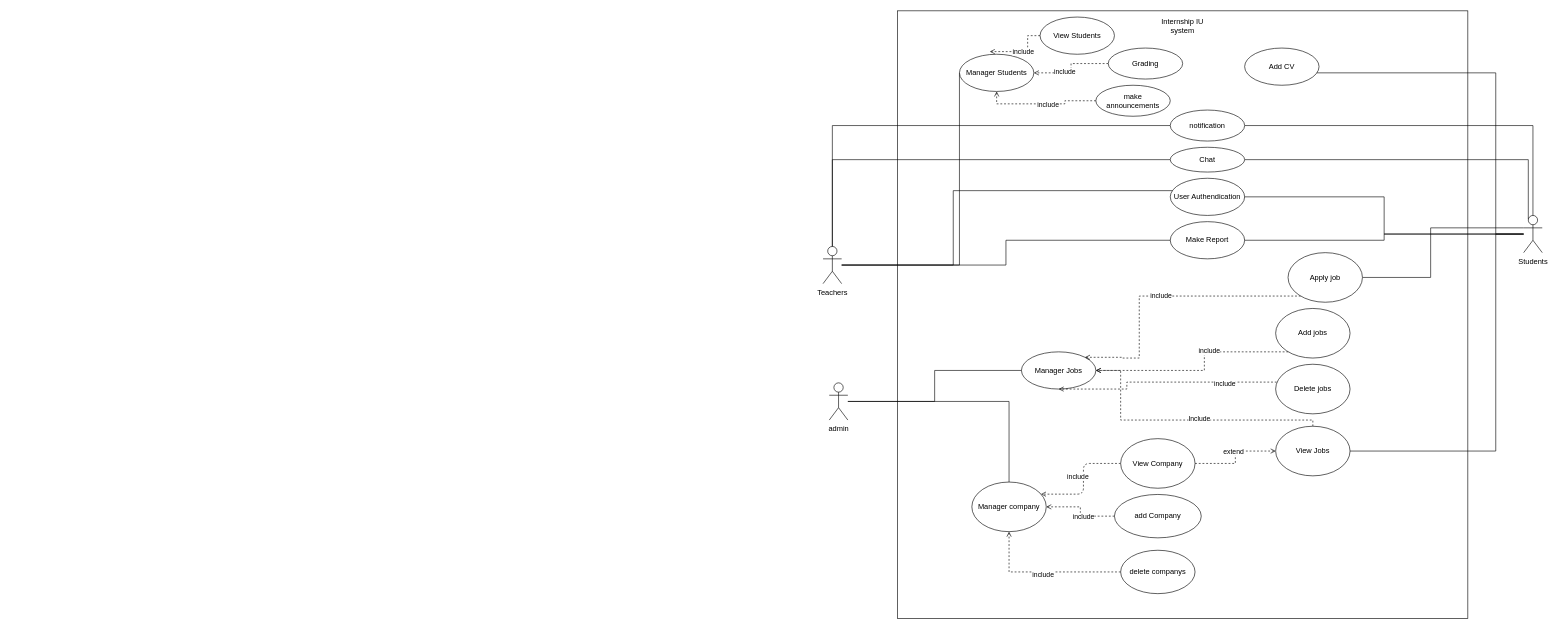
Before: InternshipIUdiagram.drawio in hainamtr317/InternshipIU, a draw.io diagram. Source tidied: cells renumbered, new cells numbered last; positions are measured from the earlier drawing's top-left corner, leaving out a move shared by most shapes. Both pictures are drawn from the tidied source at 62%, with x=0, y=0 at pixel (823, 11).
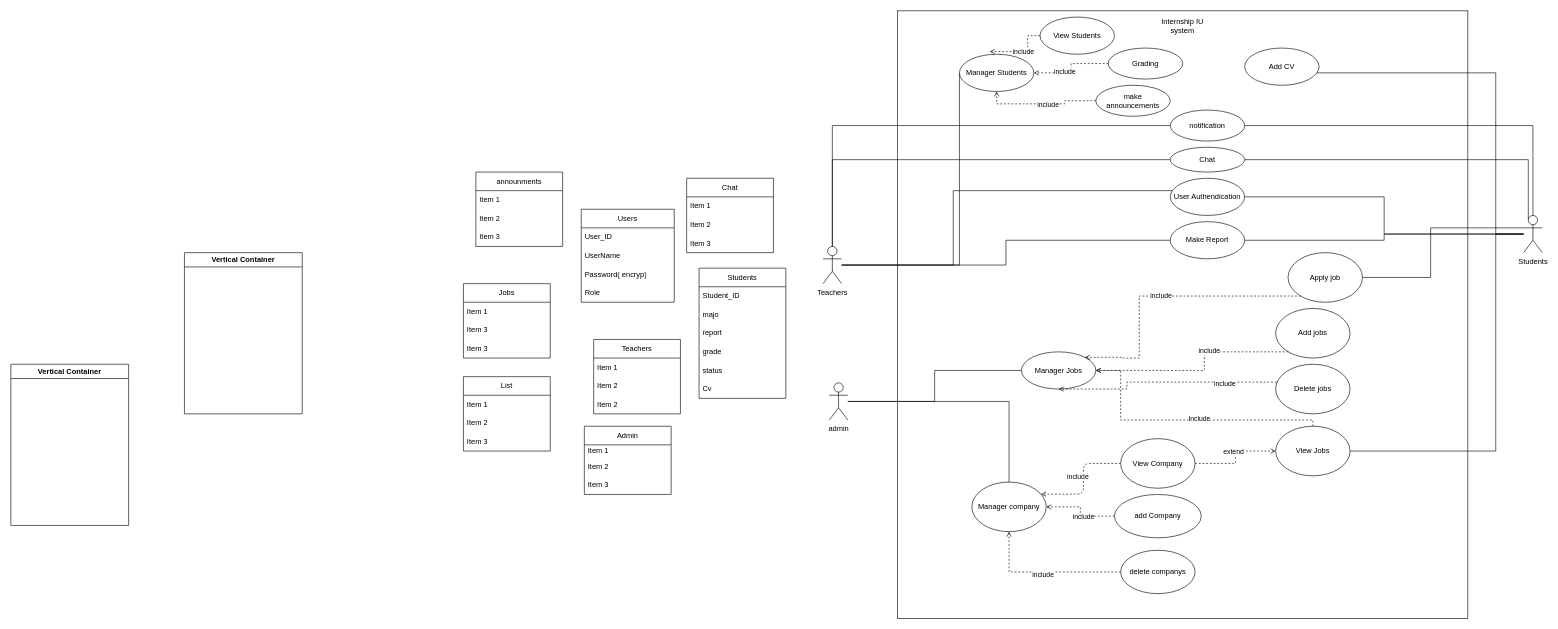
The same page after the edit.

What changed in the source:
```diff
@@
+    <mxCell id="59" value="Vertical Container" style="swimlane;whiteSpace=wrap;html=1;" parent="1" vertex="1">
+      <mxGeometry x="-1310" y="570" width="190" height="260" as="geometry" />
+    </mxCell>
+    <mxCell id="60" value="Vertical Container" style="swimlane;whiteSpace=wrap;html=1;" parent="1" vertex="1">
+      <mxGeometry x="-1030" y="390" width="190" height="260" as="geometry" />
+    </mxCell>
+    <mxCell id="61" value="Users" style="swimlane;fontStyle=0;horizontal=1;startSize=30;whiteSpace=wrap;html=1;" parent="1" vertex="1">
+      <mxGeometry x="-390" y="320" width="150" height="150" as="geometry" />
+    </mxCell>
+    <mxCell id="62" value="User_ID" style="text;strokeColor=none;fillColor=none;align=left;verticalAlign=middle;spacingLeft=4;spacingRight=4;overflow=hidden;whiteSpace=wrap;html=1;" parent="61" vertex="1">
+      <mxGeometry y="30" width="150" height="30" as="geometry" />
+    </mxCell>
+    <mxCell id="63" value="UserName" style="text;strokeColor=none;fillColor=none;align=left;verticalAlign=middle;spacingLeft=4;spacingRight=4;overflow=hidden;whiteSpace=wrap;html=1;" parent="61" vertex="1">
+      <mxGeometry y="60" width="150" height="30" as="geometry" />
+    </mxCell>
+    <mxCell id="64" value="Password( encryp)" style="text;strokeColor=none;fillColor=none;align=left;verticalAlign=middle;spacingLeft=4;spacingRight=4;overflow=hidden;whiteSpace=wrap;html=1;" parent="61" vertex="1">
+      <mxGeometry y="90" width="150" height="30" as="geometry" />
+    </mxCell>
+    <mxCell id="65" value="Role" style="text;strokeColor=none;fillColor=none;align=left;verticalAlign=middle;spacingLeft=4;spacingRight=4;overflow=hidden;whiteSpace=wrap;html=1;" parent="61" vertex="1">
+      <mxGeometry y="120" width="150" height="30" as="geometry" />
+    </mxCell>
+    <mxCell id="66" value="Students" style="swimlane;fontStyle=0;horizontal=1;startSize=30;whiteSpace=wrap;html=1;" parent="1" vertex="1">
+      <mxGeometry x="-200" y="415" width="140" height="210" as="geometry" />
+    </mxCell>
+    <mxCell id="67" value="Student_ID" style="text;strokeColor=none;fillColor=none;align=left;verticalAlign=middle;spacingLeft=4;spacingRight=4;overflow=hidden;whiteSpace=wrap;html=1;" parent="66" vertex="1">
+      <mxGeometry y="30" width="140" height="30" as="geometry" />
+    </mxCell>
+    <mxCell id="68" value="majo" style="text;strokeColor=none;fillColor=none;align=left;verticalAlign=middle;spacingLeft=4;spacingRight=4;overflow=hidden;whiteSpace=wrap;html=1;" parent="66" vertex="1">
+      <mxGeometry y="60" width="140" height="30" as="geometry" />
+    </mxCell>
+    <mxCell id="69" value="report&amp;nbsp;" style="text;strokeColor=none;fillColor=none;align=left;verticalAlign=middle;spacingLeft=4;spacingRight=4;overflow=hidden;whiteSpace=wrap;html=1;" parent="66" vertex="1">
+      <mxGeometry y="90" width="140" height="30" as="geometry" />
+    </mxCell>
+    <mxCell id="70" value="grade" style="text;strokeColor=none;fillColor=none;align=left;verticalAlign=middle;spacingLeft=4;spacingRight=4;overflow=hidden;whiteSpace=wrap;html=1;" parent="66" vertex="1">
+      <mxGeometry y="120" width="140" height="30" as="geometry" />
+    </mxCell>
+    <mxCell id="71" value="status" style="text;strokeColor=none;fillColor=none;align=left;verticalAlign=middle;spacingLeft=4;spacingRight=4;overflow=hidden;whiteSpace=wrap;html=1;" parent="66" vertex="1">
+      <mxGeometry y="150" width="140" height="30" as="geometry" />
+    </mxCell>
+    <mxCell id="72" value="Cv" style="text;strokeColor=none;fillColor=none;align=left;verticalAlign=middle;spacingLeft=4;spacingRight=4;overflow=hidden;whiteSpace=wrap;html=1;" parent="66" vertex="1">
+      <mxGeometry y="180" width="140" height="30" as="geometry" />
+    </mxCell>
+    <mxCell id="73" value="Teachers" style="swimlane;fontStyle=0;horizontal=1;startSize=30;whiteSpace=wrap;html=1;" parent="1" vertex="1">
+      <mxGeometry x="-370" y="530" width="140" height="120" as="geometry" />
+    </mxCell>
+    <mxCell id="74" value="Item 1" style="text;strokeColor=none;fillColor=none;align=left;verticalAlign=middle;spacingLeft=4;spacingRight=4;overflow=hidden;whiteSpace=wrap;html=1;" parent="73" vertex="1">
+      <mxGeometry y="30" width="140" height="30" as="geometry" />
+    </mxCell>
+    <mxCell id="75" value="Item 2" style="text;strokeColor=none;fillColor=none;align=left;verticalAlign=middle;spacingLeft=4;spacingRight=4;overflow=hidden;whiteSpace=wrap;html=1;" parent="73" vertex="1">
+      <mxGeometry y="60" width="140" height="30" as="geometry" />
+    </mxCell>
+    <mxCell id="76" value="Item 2" style="text;strokeColor=none;fillColor=none;align=left;verticalAlign=middle;spacingLeft=4;spacingRight=4;overflow=hidden;whiteSpace=wrap;html=1;" parent="73" vertex="1">
+      <mxGeometry y="90" width="140" height="30" as="geometry" />
+    </mxCell>
+    <mxCell id="77" value="Admin" style="swimlane;fontStyle=0;horizontal=1;startSize=30;whiteSpace=wrap;html=1;" parent="1" vertex="1">
+      <mxGeometry x="-385" y="670" width="140" height="110" as="geometry" />
+    </mxCell>
+    <mxCell id="78" value="Item 1" style="text;strokeColor=none;fillColor=none;align=left;verticalAlign=middle;spacingLeft=4;spacingRight=4;overflow=hidden;whiteSpace=wrap;html=1;" parent="77" vertex="1">
+      <mxGeometry y="30" width="140" height="20" as="geometry" />
+    </mxCell>
+    <mxCell id="79" value="Item 2" style="text;strokeColor=none;fillColor=none;align=left;verticalAlign=middle;spacingLeft=4;spacingRight=4;overflow=hidden;whiteSpace=wrap;html=1;" parent="77" vertex="1">
+      <mxGeometry y="50" width="140" height="30" as="geometry" />
+    </mxCell>
+    <mxCell id="80" value="Item 3" style="text;strokeColor=none;fillColor=none;align=left;verticalAlign=middle;spacingLeft=4;spacingRight=4;overflow=hidden;whiteSpace=wrap;html=1;" parent="77" vertex="1">
+      <mxGeometry y="80" width="140" height="30" as="geometry" />
+    </mxCell>
+    <mxCell id="81" value="Jobs" style="swimlane;fontStyle=0;horizontal=1;startSize=30;whiteSpace=wrap;html=1;" parent="1" vertex="1">
+      <mxGeometry x="-580" y="440" width="140" height="120" as="geometry" />
+    </mxCell>
+    <mxCell id="82" value="Item 1" style="text;strokeColor=none;fillColor=none;align=left;verticalAlign=middle;spacingLeft=4;spacingRight=4;overflow=hidden;whiteSpace=wrap;html=1;" parent="81" vertex="1">
+      <mxGeometry y="30" width="140" height="30" as="geometry" />
+    </mxCell>
+    <mxCell id="83" value="Item 3" style="text;strokeColor=none;fillColor=none;align=left;verticalAlign=middle;spacingLeft=4;spacingRight=4;overflow=hidden;whiteSpace=wrap;html=1;" parent="81" vertex="1">
+      <mxGeometry y="60" width="140" height="30" as="geometry" />
+    </mxCell>
+    <mxCell id="84" value="Item 3" style="text;strokeColor=none;fillColor=none;align=left;verticalAlign=middle;spacingLeft=4;spacingRight=4;overflow=hidden;whiteSpace=wrap;html=1;" parent="81" vertex="1">
+      <mxGeometry y="90" width="140" height="30" as="geometry" />
+    </mxCell>
+    <mxCell id="85" value="Chat" style="swimlane;fontStyle=0;horizontal=1;startSize=30;whiteSpace=wrap;html=1;" parent="1" vertex="1">
+      <mxGeometry x="-220" y="270" width="140" height="120" as="geometry" />
+    </mxCell>
+    <mxCell id="86" value="Item 1" style="text;strokeColor=none;fillColor=none;align=left;verticalAlign=middle;spacingLeft=4;spacingRight=4;overflow=hidden;whiteSpace=wrap;html=1;" parent="85" vertex="1">
+      <mxGeometry y="30" width="140" height="30" as="geometry" />
+    </mxCell>
+    <mxCell id="87" value="Item 2" style="text;strokeColor=none;fillColor=none;align=left;verticalAlign=middle;spacingLeft=4;spacingRight=4;overflow=hidden;whiteSpace=wrap;html=1;" parent="85" vertex="1">
+      <mxGeometry y="60" width="140" height="30" as="geometry" />
+    </mxCell>
+    <mxCell id="88" value="Item 3" style="text;strokeColor=none;fillColor=none;align=left;verticalAlign=middle;spacingLeft=4;spacingRight=4;overflow=hidden;whiteSpace=wrap;html=1;" parent="85" vertex="1">
+      <mxGeometry y="90" width="140" height="30" as="geometry" />
+    </mxCell>
+    <mxCell id="89" value="List" style="swimlane;fontStyle=0;horizontal=1;startSize=30;whiteSpace=wrap;html=1;" parent="1" vertex="1">
+      <mxGeometry x="-580" y="590" width="140" height="120" as="geometry" />
+    </mxCell>
+    <mxCell id="90" value="Item 1" style="text;strokeColor=none;fillColor=none;align=left;verticalAlign=middle;spacingLeft=4;spacingRight=4;overflow=hidden;whiteSpace=wrap;html=1;" parent="89" vertex="1">
+      <mxGeometry y="30" width="140" height="30" as="geometry" />
+    </mxCell>
+    <mxCell id="91" value="Item 2" style="text;strokeColor=none;fillColor=none;align=left;verticalAlign=middle;spacingLeft=4;spacingRight=4;overflow=hidden;whiteSpace=wrap;html=1;" parent="89" vertex="1">
+      <mxGeometry y="60" width="140" height="30" as="geometry" />
+    </mxCell>
+    <mxCell id="92" value="Item 3" style="text;strokeColor=none;fillColor=none;align=left;verticalAlign=middle;spacingLeft=4;spacingRight=4;overflow=hidden;whiteSpace=wrap;html=1;" parent="89" vertex="1">
+      <mxGeometry y="90" width="140" height="30" as="geometry" />
+    </mxCell>
+    <mxCell id="93" value="announments" style="swimlane;fontStyle=0;horizontal=1;startSize=30;whiteSpace=wrap;html=1;" parent="1" vertex="1">
+      <mxGeometry x="-560" y="260" width="140" height="120" as="geometry" />
+    </mxCell>
+    <mxCell id="94" value="Item 1" style="text;strokeColor=none;fillColor=none;align=left;verticalAlign=middle;spacingLeft=4;spacingRight=4;overflow=hidden;whiteSpace=wrap;html=1;" parent="93" vertex="1">
+      <mxGeometry y="30" width="140" height="30" as="geometry" />
+    </mxCell>
+    <mxCell id="95" value="Item 2" style="text;strokeColor=none;fillColor=none;align=left;verticalAlign=middle;spacingLeft=4;spacingRight=4;overflow=hidden;whiteSpace=wrap;html=1;" parent="93" vertex="1">
+      <mxGeometry y="60" width="140" height="30" as="geometry" />
+    </mxCell>
+    <mxCell id="96" value="Item 3" style="text;strokeColor=none;fillColor=none;align=left;verticalAlign=middle;spacingLeft=4;spacingRight=4;overflow=hidden;whiteSpace=wrap;html=1;" parent="93" vertex="1">
+      <mxGeometry y="90" width="140" height="30" as="geometry" />
+    </mxCell>
```
